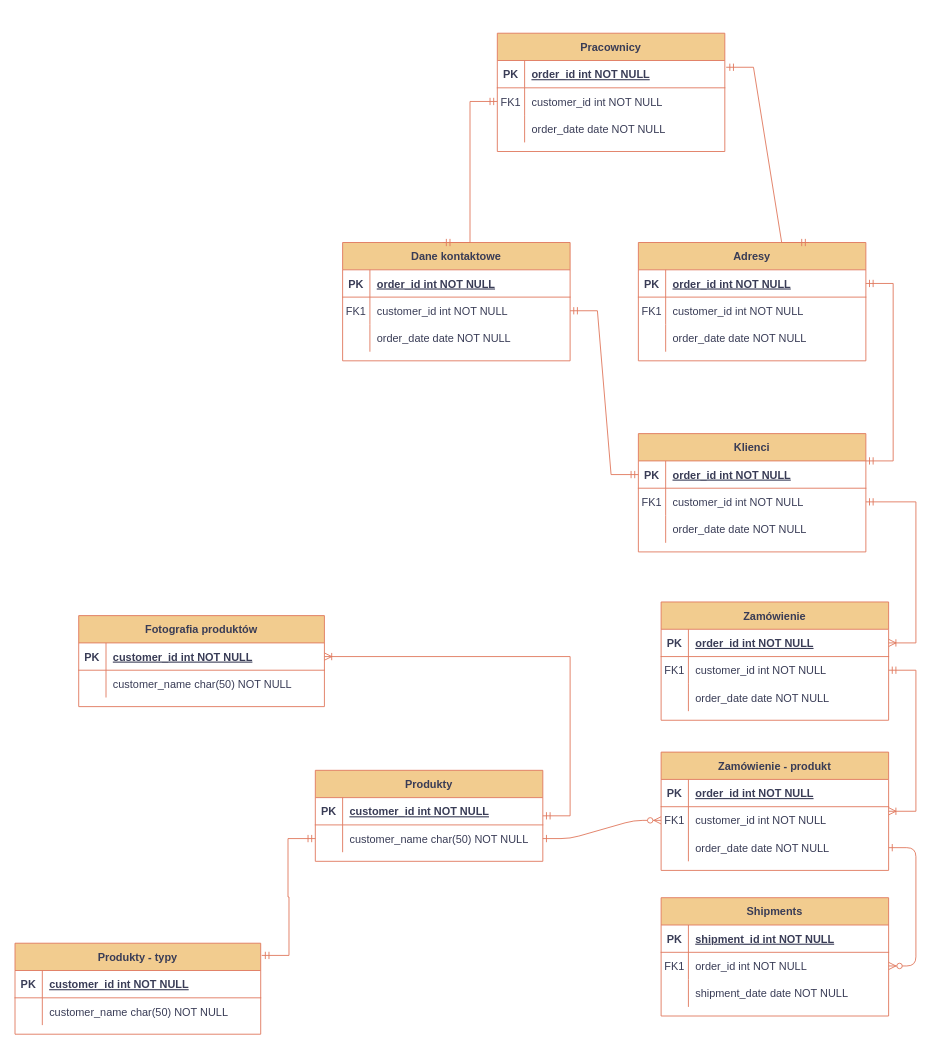
Earlier version of the draw.io diagram Diagram bez tytułu.drawio (adrianbator/liczby-pseudolosowe). Source tidied: cells renumbered, new cells numbered last; positions are measured from the earlier drawing's top-left corner, leaving out a move shared by most shapes. Both pictures are drawn from the tidied source at 91%, with x=0, y=0 at pixel (15, 33).
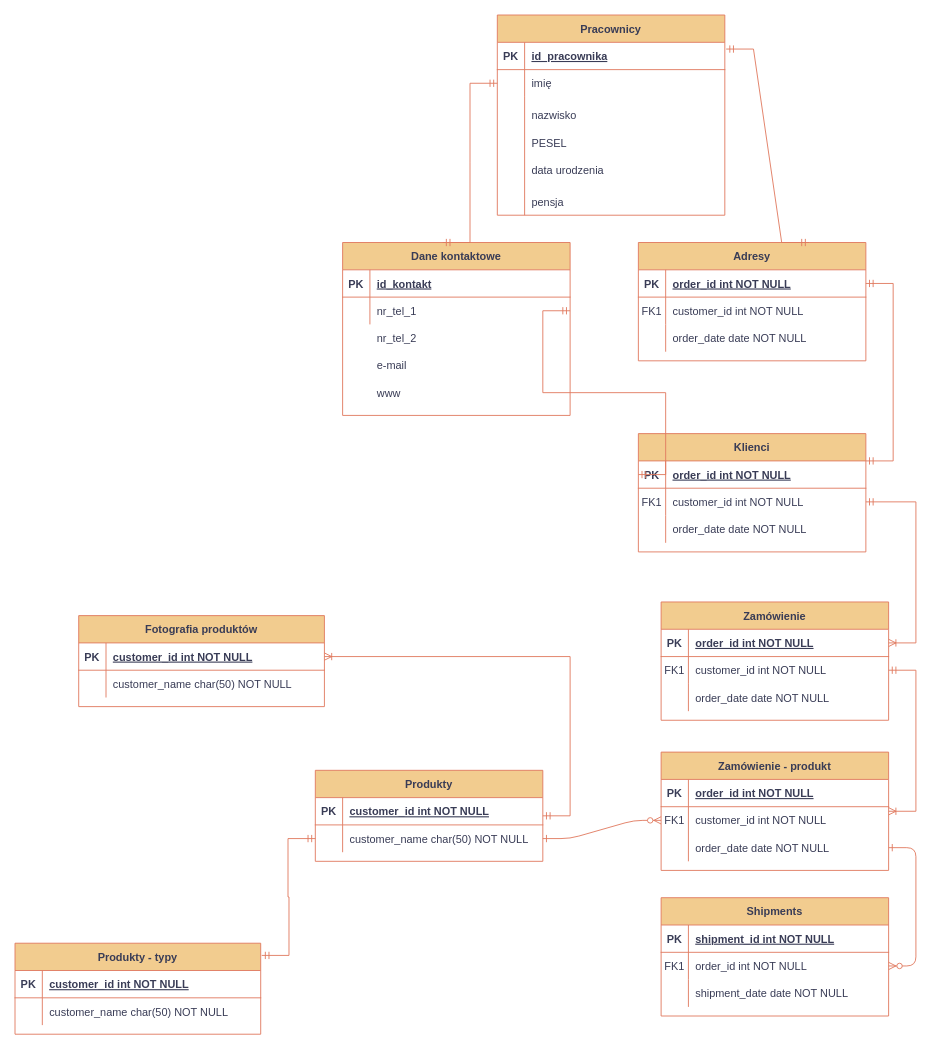
The same diagram, later.

Unchanged cells that the change refers to:
```xml
<mxCell id="60" style="shape=partialRectangle;fillColor=none;points=[[0,0.5],[1,0.5]];portConstraint=eastwest;top=0;left=0;right=0;bottom=1;labelBackgroundColor=none;strokeColor=#E07A5F;fontColor=#393C56;" parent="59" vertex="1">
  <mxGeometry y="30" width="250" height="30" as="geometry" />
</mxCell>
<mxCell id="81" style="shape=partialRectangle;fillColor=none;top=0;left=0;right=0;bottom=1;labelBackgroundColor=none;strokeColor=#E07A5F;fontColor=#393C56;" parent="80" vertex="1">
  <mxGeometry y="30" width="250" height="30" as="geometry" />
</mxCell>
<mxCell id="92" style="shape=partialRectangle;fillColor=none;points=[[0,0.5],[1,0.5]];portConstraint=eastwest;top=0;left=0;right=0;bottom=1;labelBackgroundColor=none;strokeColor=#E07A5F;fontColor=#393C56;" parent="91" vertex="1">
  <mxGeometry y="30" width="250" height="30" as="geometry" />
</mxCell>
<mxCell id="95" style="shape=partialRectangle;fillColor=none;points=[[0,0.5],[1,0.5]];portConstraint=eastwest;top=0;left=0;right=0;bottom=0;labelBackgroundColor=none;strokeColor=#E07A5F;fontColor=#393C56;" parent="91" vertex="1">
  <mxGeometry y="60" width="250" height="30" as="geometry" />
</mxCell>
```

What changed in the source:
```diff
@@
     <mxCell id="80" value="Dane kontaktowe" style="shape=table;startSize=30;childLayout=tableLayout;rowLines=0;fontStyle=1;align=center;labelBackgroundColor=none;fillColor=#F2CC8F;strokeColor=#E07A5F;fontColor=#393C56;" parent="1" vertex="1">
-      <mxGeometry x="360" y="230" width="250" height="130" as="geometry" />
+      <mxGeometry x="360" y="230" width="250" height="190" as="geometry" />
     </mxCell>
@@
-    <mxCell id="83" value="order_id int NOT NULL " style="shape=partialRectangle;overflow=hidden;fillColor=none;top=0;left=0;bottom=0;right=0;align=left;spacingLeft=6;fontStyle=5;labelBackgroundColor=none;strokeColor=#E07A5F;fontColor=#393C56;" parent="81" vertex="1">
+    <mxCell id="83" value="id_kontakt" style="shape=partialRectangle;overflow=hidden;fillColor=none;top=0;left=0;bottom=0;right=0;align=left;spacingLeft=6;fontStyle=5;labelBackgroundColor=none;strokeColor=#E07A5F;fontColor=#393C56;" parent="81" vertex="1">
       <mxGeometry x="30" width="220" height="30" as="geometry" />
     </mxCell>
-    <mxCell id="84" style="shape=partialRectangle;fillColor=none;points=[[0,0.5],[1,0.5]];portConstraint=eastwest;top=0;left=0;right=0;bottom=0;labelBackgroundColor=none;strokeColor=#E07A5F;fontColor=#393C56;" parent="80" vertex="1">
-      <mxGeometry y="60" width="250" height="30" as="geometry" />
-    </mxCell>
-    <mxCell id="85" value="FK1" style="shape=partialRectangle;overflow=hidden;fillColor=none;top=0;left=0;bottom=0;right=0;labelBackgroundColor=none;strokeColor=#E07A5F;fontColor=#393C56;" parent="84" vertex="1">
-      <mxGeometry width="30" height="30" as="geometry" />
-    </mxCell>
-    <mxCell id="86" value="customer_id int NOT NULL" style="shape=partialRectangle;overflow=hidden;fillColor=none;top=0;left=0;bottom=0;right=0;align=left;spacingLeft=6;labelBackgroundColor=none;strokeColor=#E07A5F;fontColor=#393C56;" parent="84" vertex="1">
-      <mxGeometry x="30" width="220" height="30" as="geometry" />
-    </mxCell>
     <mxCell id="87" style="shape=partialRectangle;fillColor=none;top=0;left=0;right=0;bottom=0;labelBackgroundColor=none;strokeColor=#E07A5F;fontColor=#393C56;" parent="80" vertex="1">
-      <mxGeometry y="90" width="250" height="30" as="geometry" />
+      <mxGeometry y="60" width="250" height="30" as="geometry" />
     </mxCell>
@@
-    <mxCell id="89" value="order_date date NOT NULL" style="shape=partialRectangle;overflow=hidden;fillColor=none;top=0;left=0;bottom=0;right=0;align=left;spacingLeft=6;labelBackgroundColor=none;strokeColor=#E07A5F;fontColor=#393C56;" parent="87" vertex="1">
+    <mxCell id="89" value="nr_tel_1" style="shape=partialRectangle;overflow=hidden;fillColor=none;top=0;left=0;bottom=0;right=0;align=left;spacingLeft=6;labelBackgroundColor=none;strokeColor=#E07A5F;fontColor=#393C56;" parent="87" vertex="1">
       <mxGeometry x="30" width="220" height="30" as="geometry" />
     </mxCell>
-    <mxCell id="90" style="edgeStyle=entityRelationEdgeStyle;fontSize=12;html=1;endArrow=ERmandOne;startArrow=ERmandOne;rounded=0;strokeColor=#E07A5F;fontColor=#393C56;fillColor=#F2CC8F;entryX=1;entryY=0.5;entryDx=0;entryDy=0;exitX=0;exitY=0.5;exitDx=0;exitDy=0;" parent="1" edge="1" source="60" target="84">
-      <mxGeometry relative="1" as="geometry" />
+    <mxCell id="90" style="edgeStyle=entityRelationEdgeStyle;fontSize=12;html=1;endArrow=ERmandOne;startArrow=ERmandOne;rounded=0;strokeColor=#E07A5F;fontColor=#393C56;fillColor=#F2CC8F;entryX=1;entryY=0.5;entryDx=0;entryDy=0;exitX=0;exitY=0.5;exitDx=0;exitDy=0;" parent="1" edge="1" source="60">
+      <mxGeometry relative="1" as="geometry">
+        <mxPoint x="610" y="305" as="targetPoint" />
+      </mxGeometry>
     </mxCell>
     <mxCell id="91" value="Pracownicy" style="shape=table;startSize=30;childLayout=tableLayout;rowLines=0;fontStyle=1;align=center;labelBackgroundColor=none;fillColor=#F2CC8F;strokeColor=#E07A5F;fontColor=#393C56;" parent="1" vertex="1">
-      <mxGeometry x="530" width="250" height="130" as="geometry" />
+      <mxGeometry x="530" y="-20" width="250" height="220" as="geometry" />
     </mxCell>
@@
-    <mxCell id="94" value="order_id int NOT NULL " style="shape=partialRectangle;overflow=hidden;fillColor=none;top=0;left=0;bottom=0;right=0;align=left;spacingLeft=6;fontStyle=5;labelBackgroundColor=none;strokeColor=#E07A5F;fontColor=#393C56;" parent="92" vertex="1">
+    <mxCell id="94" value="id_pracownika" style="shape=partialRectangle;overflow=hidden;fillColor=none;top=0;left=0;bottom=0;right=0;align=left;spacingLeft=6;fontStyle=5;labelBackgroundColor=none;strokeColor=#E07A5F;fontColor=#393C56;" parent="92" vertex="1">
       <mxGeometry x="30" width="220" height="30" as="geometry" />
     </mxCell>
@@
-    <mxCell id="96" value="FK1" style="shape=partialRectangle;overflow=hidden;fillColor=none;top=0;left=0;bottom=0;right=0;labelBackgroundColor=none;strokeColor=#E07A5F;fontColor=#393C56;" parent="95" vertex="1">
+    <mxCell id="96" style="shape=partialRectangle;overflow=hidden;fillColor=none;top=0;left=0;bottom=0;right=0;labelBackgroundColor=none;strokeColor=#E07A5F;fontColor=#393C56;" parent="95" vertex="1">
       <mxGeometry width="30" height="30" as="geometry" />
     </mxCell>
-    <mxCell id="97" value="customer_id int NOT NULL" style="shape=partialRectangle;overflow=hidden;fillColor=none;top=0;left=0;bottom=0;right=0;align=left;spacingLeft=6;labelBackgroundColor=none;strokeColor=#E07A5F;fontColor=#393C56;" parent="95" vertex="1">
+    <mxCell id="97" value="imię" style="shape=partialRectangle;overflow=hidden;fillColor=none;top=0;left=0;bottom=0;right=0;align=left;spacingLeft=6;labelBackgroundColor=none;strokeColor=#E07A5F;fontColor=#393C56;" parent="95" vertex="1">
       <mxGeometry x="30" width="220" height="30" as="geometry" />
     </mxCell>
     <mxCell id="98" style="shape=partialRectangle;fillColor=none;top=0;left=0;right=0;bottom=0;labelBackgroundColor=none;strokeColor=#E07A5F;fontColor=#393C56;" parent="91" vertex="1">
-      <mxGeometry y="90" width="250" height="30" as="geometry" />
+      <mxGeometry y="90" width="250" height="130" as="geometry" />
     </mxCell>
     <mxCell id="99" style="shape=partialRectangle;overflow=hidden;fillColor=none;top=0;left=0;bottom=0;right=0;labelBackgroundColor=none;strokeColor=#E07A5F;fontColor=#393C56;" parent="98" vertex="1">
-      <mxGeometry width="30" height="30" as="geometry" />
+      <mxGeometry width="30" height="130" as="geometry" />
     </mxCell>
-    <mxCell id="100" value="order_date date NOT NULL" style="shape=partialRectangle;overflow=hidden;fillColor=none;top=0;left=0;bottom=0;right=0;align=left;spacingLeft=6;labelBackgroundColor=none;strokeColor=#E07A5F;fontColor=#393C56;" parent="98" vertex="1">
-      <mxGeometry x="30" width="220" height="30" as="geometry" />
+    <mxCell id="100" style="shape=partialRectangle;overflow=hidden;fillColor=none;top=0;left=0;bottom=0;right=0;align=left;spacingLeft=6;labelBackgroundColor=none;strokeColor=#E07A5F;fontColor=#393C56;" parent="98" vertex="1">
+      <mxGeometry x="30" width="220" height="130" as="geometry" />
     </mxCell>
@@
+    <mxCell id="103" value="PESEL" style="shape=partialRectangle;overflow=hidden;fillColor=none;top=0;left=0;bottom=0;right=0;align=left;spacingLeft=6;labelBackgroundColor=none;strokeColor=#E07A5F;fontColor=#393C56;" parent="1" vertex="1">
+      <mxGeometry x="560" y="105" width="220" height="30" as="geometry" />
+    </mxCell>
+    <mxCell id="104" value="data urodzenia" style="shape=partialRectangle;overflow=hidden;fillColor=none;top=0;left=0;bottom=0;right=0;align=left;spacingLeft=6;labelBackgroundColor=none;strokeColor=#E07A5F;fontColor=#393C56;" parent="1" vertex="1">
+      <mxGeometry x="560" y="135" width="220" height="30" as="geometry" />
+    </mxCell>
+    <mxCell id="105" value="nazwisko" style="shape=partialRectangle;overflow=hidden;fillColor=none;top=0;left=0;bottom=0;right=0;align=left;spacingLeft=6;labelBackgroundColor=none;strokeColor=#E07A5F;fontColor=#393C56;" parent="1" vertex="1">
+      <mxGeometry x="560" y="75" width="220" height="30" as="geometry" />
+    </mxCell>
+    <mxCell id="106" value="pensja" style="shape=partialRectangle;overflow=hidden;fillColor=none;top=0;left=0;bottom=0;right=0;align=left;spacingLeft=6;labelBackgroundColor=none;strokeColor=#E07A5F;fontColor=#393C56;" parent="1" vertex="1">
+      <mxGeometry x="560" y="170" width="220" height="30" as="geometry" />
+    </mxCell>
+    <mxCell id="107" value="nr_tel_2" style="shape=partialRectangle;overflow=hidden;fillColor=none;top=0;left=0;bottom=0;right=0;align=left;spacingLeft=6;labelBackgroundColor=none;strokeColor=#E07A5F;fontColor=#393C56;" parent="1" vertex="1">
+      <mxGeometry x="390" y="320" width="220" height="30" as="geometry" />
+    </mxCell>
+    <mxCell id="108" value="e-mail" style="shape=partialRectangle;overflow=hidden;fillColor=none;top=0;left=0;bottom=0;right=0;align=left;spacingLeft=6;labelBackgroundColor=none;strokeColor=#E07A5F;fontColor=#393C56;" parent="1" vertex="1">
+      <mxGeometry x="390" y="350" width="220" height="30" as="geometry" />
+    </mxCell>
+    <mxCell id="109" value="www" style="shape=partialRectangle;overflow=hidden;fillColor=none;top=0;left=0;bottom=0;right=0;align=left;spacingLeft=6;labelBackgroundColor=none;strokeColor=#E07A5F;fontColor=#393C56;" parent="1" vertex="1">
+      <mxGeometry x="390" y="380" width="220" height="30" as="geometry" />
+    </mxCell>
```
